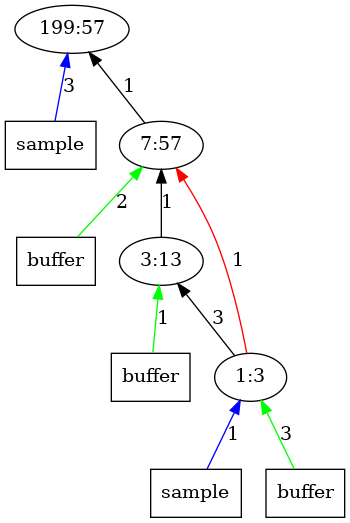
Before: outputImages/op57.png.png, a diagram exported from Graphviz (AbhikKhan/MTP_IITG). Its source is kept beside it as outputTrees/op57.dot. The source it was exported from:
```dot
digraph Tree{
	rankdir="BT"
	x11 -> 1 [label = "3", color = "blue"];
	x11 [label = "sample", shape = "box"];
	1 [label = "199:57"];
	2 -> 1 [label = "1", color = "black"];
	x22 -> 2 [label = "2", color = "green"];
	x22 [label = "buffer", shape = "box"];
	2 [label = "7:57"];
	x32 -> 3 [label = "1", color = "green"];
	x32 [label = "buffer", shape = "box"];
	3 -> 2 [label = "1", color = "black"];
	3 [label = "3:13"];
	4 -> 2 [label = "1", color = "red"];
	4 -> 3 [label = "3", color = "black"];
	x41 -> 4 [label = "1", color = "blue"];
	x41 [label = "sample", shape = "box"];
	x42 -> 4 [label = "3", color = "green"];
	x42 [label = "buffer", shape = "box"];
	4 [label = "1:3"];
}
```
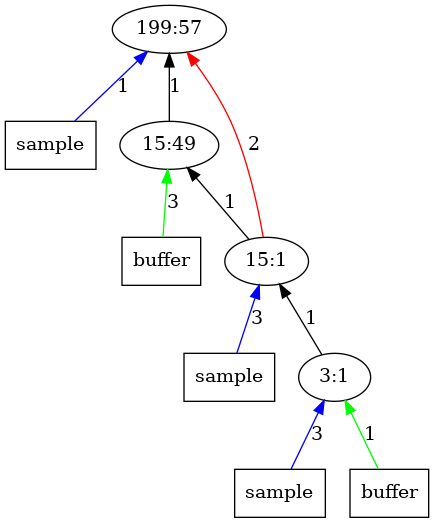
Later version of the same file.

What changed in the source:
```diff
@@ -1,21 +1,21 @@
 digraph Tree{
 	rankdir="BT"
-	x11 -> 1 [label = "3", color = "blue"];
+	x11 -> 1 [label = "1", color = "blue"];
 	x11 [label = "sample", shape = "box"];
 	1 [label = "199:57"];
+	x22 -> 2 [label = "3", color = "green"];
+	x22 [label = "buffer", shape = "box"];
 	2 -> 1 [label = "1", color = "black"];
-	x22 -> 2 [label = "2", color = "green"];
-	x22 [label = "buffer", shape = "box"];
-	2 [label = "7:57"];
-	x32 -> 3 [label = "1", color = "green"];
-	x32 [label = "buffer", shape = "box"];
+	2 [label = "15:49"];
 	3 -> 2 [label = "1", color = "black"];
-	3 [label = "3:13"];
-	4 -> 2 [label = "1", color = "red"];
-	4 -> 3 [label = "3", color = "black"];
-	x41 -> 4 [label = "1", color = "blue"];
+	3 -> 1 [label = "2", color = "red"];
+	x31 -> 3 [label = "3", color = "blue"];
+	x31 [label = "sample", shape = "box"];
+	3 [label = "15:1"];
+	4 -> 3 [label = "1", color = "black"];
+	x41 -> 4 [label = "3", color = "blue"];
 	x41 [label = "sample", shape = "box"];
-	x42 -> 4 [label = "3", color = "green"];
+	x42 -> 4 [label = "1", color = "green"];
 	x42 [label = "buffer", shape = "box"];
-	4 [label = "1:3"];
+	4 [label = "3:1"];
 }
```
